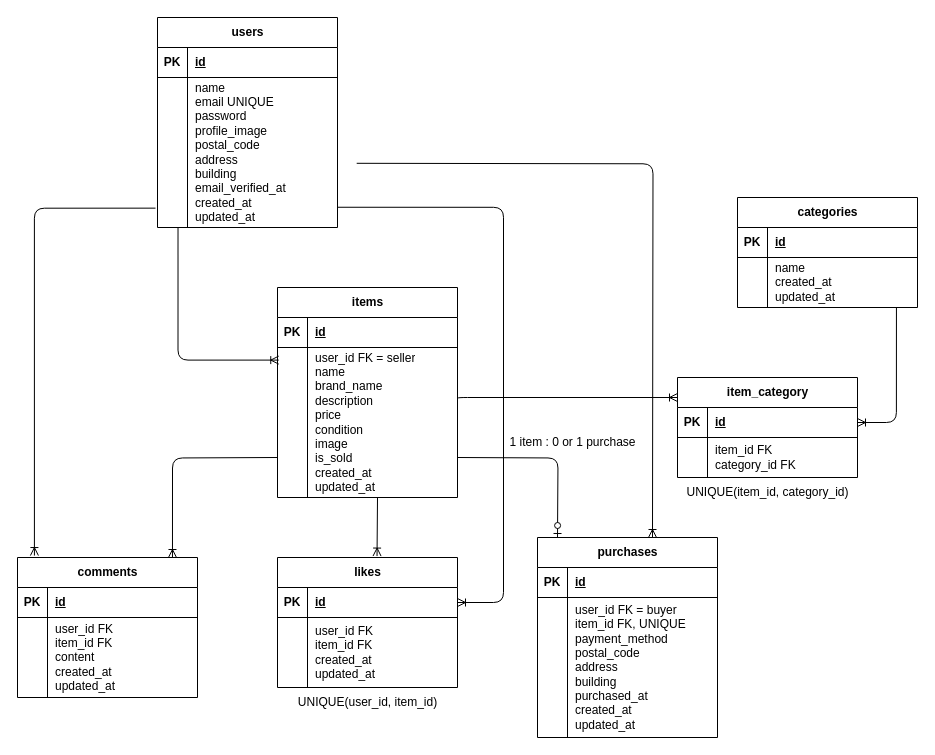
kajihata-rumi/coachtech-furima keeps this draw.io diagram as ER.drawio. Above is the earlier version. Source tidied: cells renumbered, new cells numbered last; positions are measured from the earlier drawing's top-left corner, leaving out a move shared by most shapes. Both pictures are drawn from the tidied source at 100%, with x=0, y=0 at pixel (17, 17).
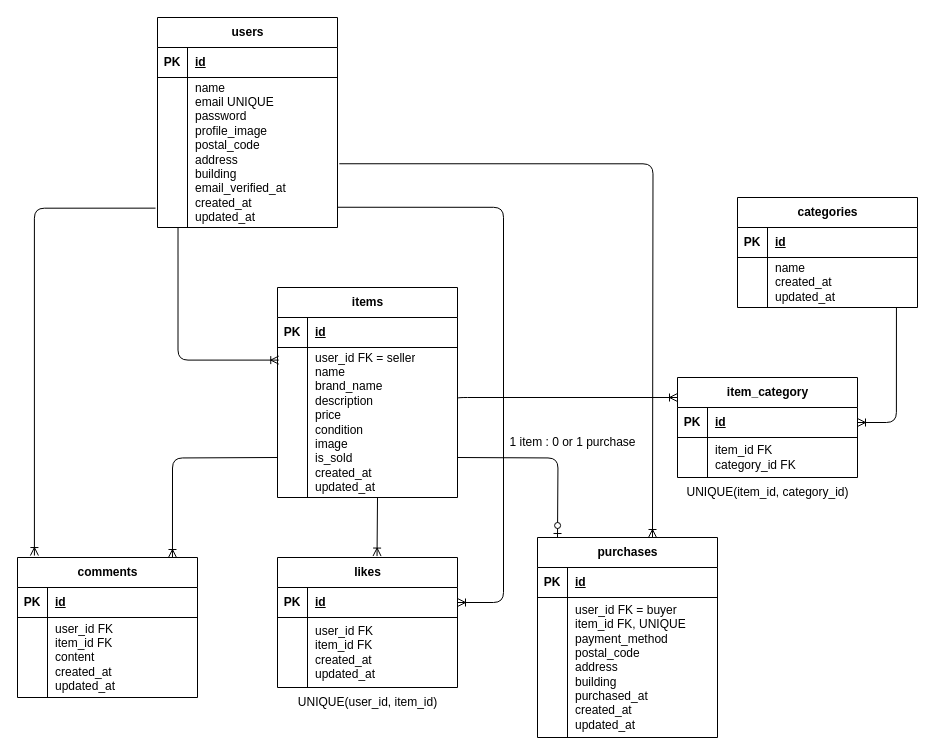
After the change.

The change refers to these unchanged cells:
```xml
<mxCell id="6" style="shape=tableRow;horizontal=0;startSize=0;swimlaneHead=0;swimlaneBody=0;fillColor=none;points=[[0,0.5],[1,0.5]];portConstraint=eastwest;top=0;left=0;right=0;bottom=0;" parent="2" vertex="1">
  <mxGeometry y="60" width="180" height="150" as="geometry" />
</mxCell>
```

The edit, as a diff of the source:
```diff
@@
-    <mxCell id="57" style="edgeStyle=orthogonalEdgeStyle;fontSize=12;html=1;endArrow=ERoneToMany;exitX=1.007;exitY=0.572;exitDx=0;exitDy=0;exitPerimeter=0;entryX=0.539;entryY=0;entryDx=0;entryDy=0;entryPerimeter=0;" parent="1" edge="1">
+    <mxCell id="57" style="edgeStyle=orthogonalEdgeStyle;fontSize=12;html=1;endArrow=ERoneToMany;exitX=1.01;exitY=0.575;exitDx=0;exitDy=0;exitPerimeter=0;entryX=0.539;entryY=0;entryDx=0;entryDy=0;entryPerimeter=0;" parent="1" edge="1" source="6">
       <mxGeometry relative="1" as="geometry">
-        <mxPoint x="339.2" y="145.8" as="sourcePoint" />
         <mxPoint x="635" y="520" as="targetPoint" />
       </mxGeometry>
     </mxCell>
```
